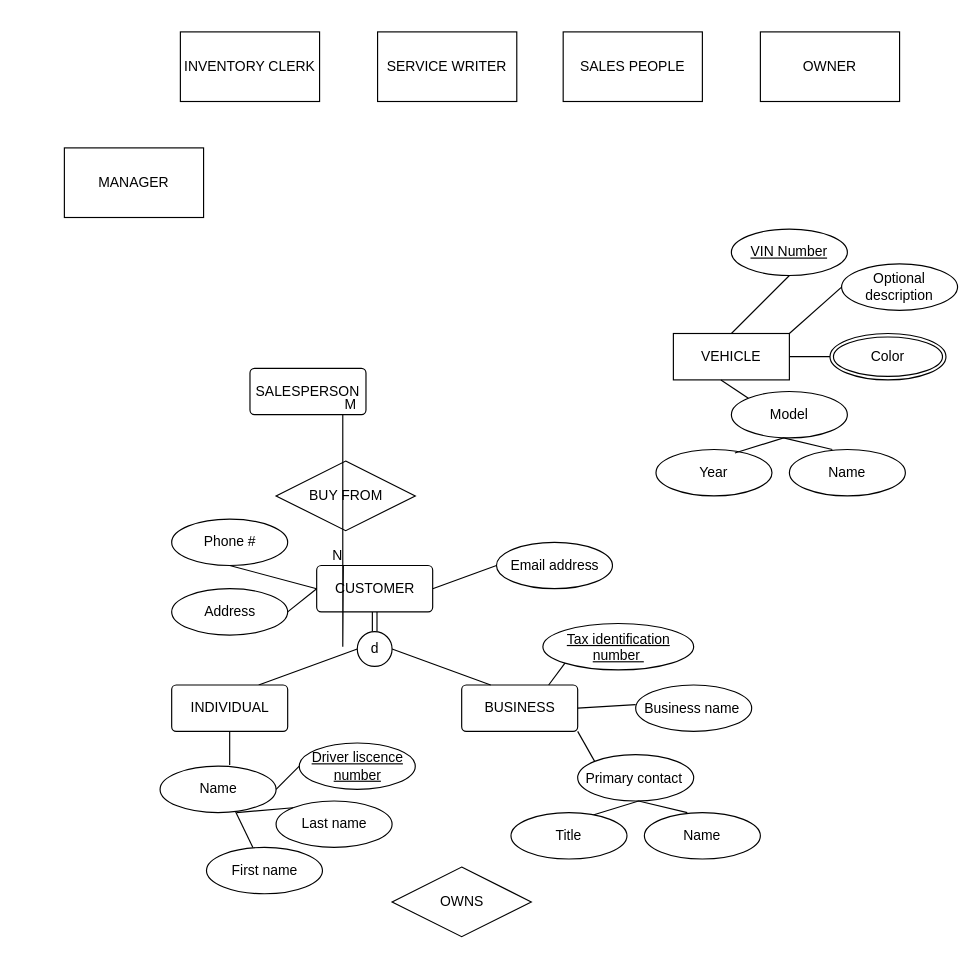
Before: page "EER" (1 of 2) of Untitled Diagram.drawio in qwei37/QW, a draw.io diagram. Source tidied: cells renumbered, new cells numbered last; positions are measured from the earlier drawing's top-left corner, leaving out a move shared by most shapes. Both pictures are drawn from the tidied source at 116%, with x=0, y=0 at pixel (64, 31).
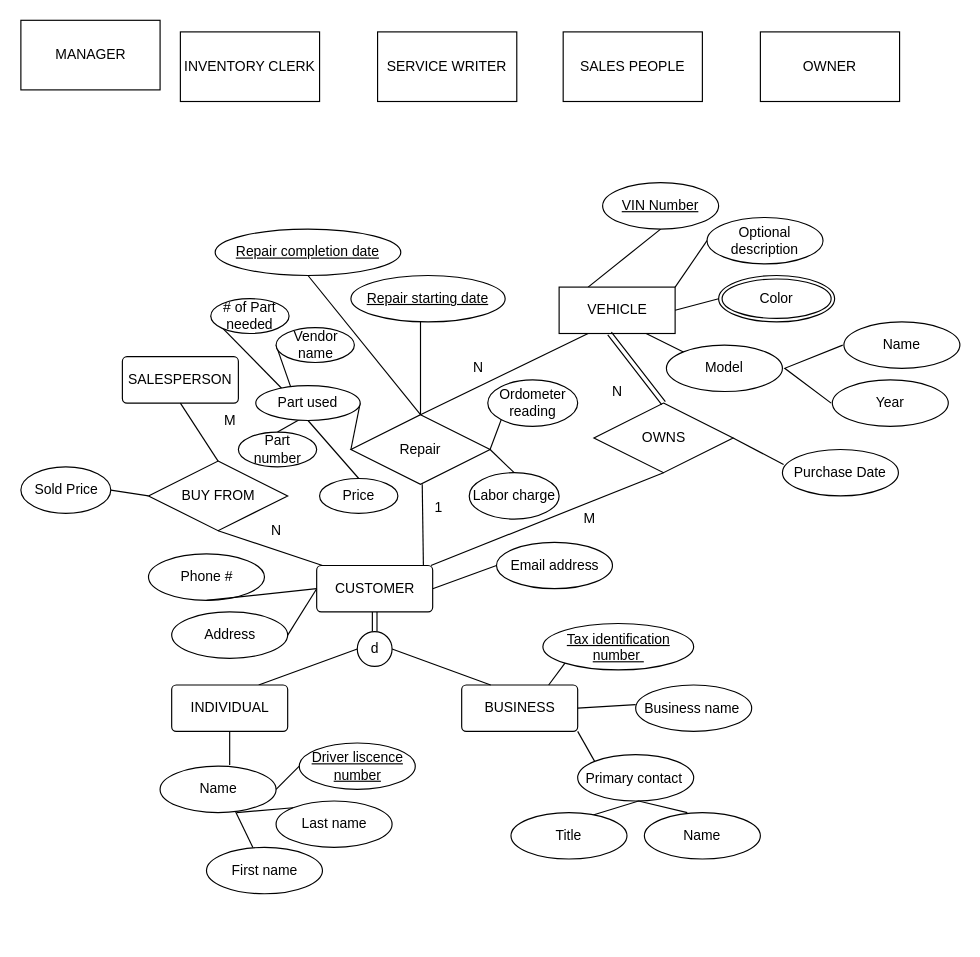
The same diagram, later.

The edit, as a diff of the source:
```diff
@@
     <mxCell id="5" value="MANAGER" style="rounded=0;whiteSpace=wrap;html=1;hachureGap=4;" parent="1" vertex="1">
-      <mxGeometry y="100" width="120" height="60" as="geometry" />
+      <mxGeometry x="-37.5" y="-10" width="120" height="60" as="geometry" />
     </mxCell>
@@
-    <mxCell id="7" style="endArrow=none;html=1;startSize=14;endSize=14;sourcePerimeterSpacing=8;targetPerimeterSpacing=8;" parent="1" edge="1">
-      <mxGeometry relative="1" as="geometry">
-        <mxPoint x="575" y="260" as="sourcePoint" />
-        <mxPoint x="625" y="210" as="targetPoint" />
-      </mxGeometry>
+    <mxCell id="7" style="endArrow=none;html=1;startSize=14;endSize=14;sourcePerimeterSpacing=8;targetPerimeterSpacing=8;exitX=0.25;exitY=0;exitDx=0;exitDy=0;entryX=0.5;entryY=1;entryDx=0;entryDy=0;" parent="1" edge="1" source="9" target="8">
+      <mxGeometry relative="1" as="geometry" />
     </mxCell>
     <mxCell id="8" value="VIN Number" style="ellipse;whiteSpace=wrap;html=1;align=center;fontStyle=4;hachureGap=4;" parent="1" vertex="1">
-      <mxGeometry x="575" y="170" width="100" height="40" as="geometry" />
+      <mxGeometry x="464" y="130" width="100" height="40" as="geometry" />
     </mxCell>
     <mxCell id="9" value="VEHICLE" style="whiteSpace=wrap;html=1;align=center;hachureGap=4;" parent="1" vertex="1">
-      <mxGeometry x="525" y="260" width="100" height="40" as="geometry" />
+      <mxGeometry x="426.5" y="220" width="100" height="40" as="geometry" />
     </mxCell>
     <mxCell id="10" value="Model" style="ellipse;whiteSpace=wrap;html=1;align=center;hachureGap=4;" parent="1" vertex="1">
-      <mxGeometry x="575" y="310" width="100" height="40" as="geometry" />
+      <mxGeometry x="519" y="270" width="100" height="40" as="geometry" />
     </mxCell>
     <mxCell id="11" value="Name" style="ellipse;whiteSpace=wrap;html=1;align=center;hachureGap=4;" parent="1" vertex="1">
-      <mxGeometry x="625" y="360" width="100" height="40" as="geometry" />
+      <mxGeometry x="672" y="250" width="100" height="40" as="geometry" />
     </mxCell>
     <mxCell id="12" value="Year" style="ellipse;whiteSpace=wrap;html=1;align=center;hachureGap=4;" parent="1" vertex="1">
-      <mxGeometry x="510" y="360" width="100" height="40" as="geometry" />
+      <mxGeometry x="662" y="300" width="100" height="40" as="geometry" />
     </mxCell>
-    <mxCell id="13" style="endArrow=none;html=1;rounded=0;startSize=14;endSize=14;sourcePerimeterSpacing=8;targetPerimeterSpacing=8;entryX=0.37;entryY=0;entryDx=0;entryDy=0;entryPerimeter=0;exitX=0.68;exitY=0.075;exitDx=0;exitDy=0;exitPerimeter=0;" parent="1" edge="1" source="12" target="11">
+    <mxCell id="13" style="endArrow=none;html=1;rounded=0;startSize=14;endSize=14;sourcePerimeterSpacing=8;targetPerimeterSpacing=8;entryX=0;entryY=0.5;entryDx=0;entryDy=0;exitX=0;exitY=0.5;exitDx=0;exitDy=0;" parent="1" edge="1">
       <mxGeometry relative="1" as="geometry">
+        <mxPoint x="661" y="320" as="sourcePoint" />
+        <mxPoint x="671" y="270" as="targetPoint" />
         <Array as="points">
-          <mxPoint x="620" y="350" />
+          <mxPoint x="621" y="290" />
         </Array>
       </mxGeometry>
     </mxCell>
-    <mxCell id="14" style="endArrow=none;html=1;rounded=0;startSize=14;endSize=14;sourcePerimeterSpacing=8;targetPerimeterSpacing=8;exitX=0.41;exitY=1;exitDx=0;exitDy=0;exitPerimeter=0;entryX=0;entryY=0;entryDx=0;entryDy=0;" parent="1" edge="1" source="9" target="10">
+    <mxCell id="14" style="endArrow=none;html=1;rounded=0;startSize=14;endSize=14;sourcePerimeterSpacing=8;targetPerimeterSpacing=8;exitX=0.75;exitY=1;exitDx=0;exitDy=0;entryX=0;entryY=0;entryDx=0;entryDy=0;" parent="1" edge="1" source="9" target="10">
       <mxGeometry relative="1" as="geometry" />
     </mxCell>
     <mxCell id="15" value="Color" style="ellipse;shape=doubleEllipse;margin=3;whiteSpace=wrap;html=1;align=center;hachureGap=4;" parent="1" vertex="1">
-      <mxGeometry x="660" y="260" width="100" height="40" as="geometry" />
+      <mxGeometry x="564" y="210" width="100" height="40" as="geometry" />
     </mxCell>
@@
     <mxCell id="17" value="Optional description" style="ellipse;whiteSpace=wrap;html=1;align=center;hachureGap=4;" parent="1" vertex="1">
-      <mxGeometry x="670" y="200" width="100" height="40" as="geometry" />
+      <mxGeometry x="554" y="160" width="100" height="40" as="geometry" />
     </mxCell>
@@
     <mxCell id="24" value="Address" style="ellipse;whiteSpace=wrap;html=1;align=center;hachureGap=4;" parent="1" vertex="1">
-      <mxGeometry x="92.5" y="480" width="100" height="40" as="geometry" />
+      <mxGeometry x="92.5" y="500" width="100" height="40" as="geometry" />
     </mxCell>
@@
     <mxCell id="26" value="Phone #" style="ellipse;whiteSpace=wrap;html=1;align=center;hachureGap=4;" parent="1" vertex="1">
-      <mxGeometry x="92.5" y="420" width="100" height="40" as="geometry" />
+      <mxGeometry x="72.5" y="450" width="100" height="40" as="geometry" />
     </mxCell>
@@
     <mxCell id="49" value="SALESPERSON" style="rounded=1;arcSize=10;whiteSpace=wrap;html=1;align=center;hachureGap=4;" parent="1" vertex="1">
-      <mxGeometry x="160" y="290" width="100" height="40" as="geometry" />
+      <mxGeometry x="50" y="280" width="100" height="40" as="geometry" />
     </mxCell>
+    <mxCell id="55" style="edgeStyle=none;rounded=0;jettySize=auto;html=1;endArrow=none;endFill=0;sourcePerimeterSpacing=8;targetPerimeterSpacing=8;entryX=1;entryY=0.5;entryDx=0;entryDy=0;exitX=0;exitY=0.5;exitDx=0;exitDy=0;" parent="1" edge="1" source="50" target="66">
+      <mxGeometry relative="1" as="geometry" />
+    </mxCell>
     <mxCell id="50" value="BUY FROM" style="shape=rhombus;perimeter=rhombusPerimeter;whiteSpace=wrap;html=1;align=center;hachureGap=4;" parent="1" vertex="1">
-      <mxGeometry x="182.5" y="370" width="120" height="60" as="geometry" />
+      <mxGeometry x="72.5" y="370" width="120" height="60" as="geometry" />
     </mxCell>
+    <mxCell id="56" style="endArrow=none;html=1;rounded=0;startSize=14;endSize=14;sourcePerimeterSpacing=8;targetPerimeterSpacing=8;entryX=0.5;entryY=0;entryDx=0;entryDy=0;exitX=0.5;exitY=1;exitDx=0;exitDy=0;" parent="1" edge="1" source="49" target="50">
+      <mxGeometry relative="1" as="geometry" />
+    </mxCell>
+    <mxCell id="57" style="endArrow=none;html=1;rounded=0;startSize=14;endSize=14;sourcePerimeterSpacing=8;targetPerimeterSpacing=8;exitX=0.5;exitY=1;exitDx=0;exitDy=0;" parent="1" edge="1" source="50">
+      <mxGeometry relative="1" as="geometry">
+        <mxPoint x="222.5" y="460" as="targetPoint" />
+      </mxGeometry>
+    </mxCell>
+    <mxCell id="58" style="edgeStyle=none;rounded=0;jettySize=auto;html=1;exitX=1;exitY=0.5;exitDx=0;exitDy=0;endArrow=none;endFill=0;sourcePerimeterSpacing=8;targetPerimeterSpacing=8;entryX=0.01;entryY=0.325;entryDx=0;entryDy=0;entryPerimeter=0;" parent="1" edge="1" source="51" target="63">
+      <mxGeometry relative="1" as="geometry" />
+    </mxCell>
     <mxCell id="51" value="OWNS" style="shape=rhombus;perimeter=rhombusPerimeter;whiteSpace=wrap;html=1;align=center;hachureGap=4;" parent="1" vertex="1">
-      <mxGeometry x="282.5" y="720" width="120" height="60" as="geometry" />
+      <mxGeometry x="456.5" y="320" width="120" height="60" as="geometry" />
     </mxCell>
-    <mxCell id="52" style="endArrow=none;html=1;rounded=0;startSize=14;endSize=14;sourcePerimeterSpacing=8;targetPerimeterSpacing=8;" parent="1" edge="1">
-      <mxGeometry relative="1" as="geometry">
-        <mxPoint x="240" y="330" as="sourcePoint" />
-        <mxPoint x="240.5" y="460" as="targetPoint" />
-        <Array as="points">
-          <mxPoint x="240" y="530" />
-        </Array>
-      </mxGeometry>
-    </mxCell>
-    <mxCell id="53" value="M" style="html=1;align=left;verticalAlign=bottom;" parent="52" vertex="1">
-      <mxGeometry x="-1" relative="1" as="geometry" />
-    </mxCell>
-    <mxCell id="54" value="N" style="html=1;align=right;verticalAlign=bottom;" parent="52" vertex="1">
-      <mxGeometry x="1" relative="1" as="geometry" />
-    </mxCell>
+    <mxCell id="59" value="N" style="text;html=1;strokeColor=none;fillColor=none;align=center;verticalAlign=middle;whiteSpace=wrap;rounded=0;hachureGap=4;" parent="1" vertex="1">
+      <mxGeometry x="162.5" y="420" width="40" height="20" as="geometry" />
+    </mxCell>
+    <mxCell id="60" value="M" style="text;html=1;strokeColor=none;fillColor=none;align=center;verticalAlign=middle;whiteSpace=wrap;rounded=0;hachureGap=4;" parent="1" vertex="1">
+      <mxGeometry x="122.5" y="325" width="40" height="20" as="geometry" />
+    </mxCell>
+    <mxCell id="61" style="endArrow=none;html=1;rounded=0;startSize=14;endSize=14;sourcePerimeterSpacing=8;targetPerimeterSpacing=8;entryX=0.5;entryY=1;entryDx=0;entryDy=0;" parent="1" edge="1" target="51">
+      <mxGeometry relative="1" as="geometry">
+        <mxPoint x="316" y="460" as="sourcePoint" />
+      </mxGeometry>
+    </mxCell>
+    <mxCell id="62" style="endArrow=none;html=1;rounded=0;sourcePerimeterSpacing=8;targetPerimeterSpacing=8;exitX=0.5;exitY=0;exitDx=0;exitDy=0;shape=link;" parent="1" edge="1" source="51">
+      <mxGeometry relative="1" as="geometry">
+        <mxPoint x="470" y="260" as="targetPoint" />
+      </mxGeometry>
+    </mxCell>
+    <mxCell id="63" value="Purchase Date" style="ellipse;whiteSpace=wrap;html=1;align=center;hachureGap=4;" parent="1" vertex="1">
+      <mxGeometry x="619" y="360" width="100" height="40" as="geometry" />
+    </mxCell>
+    <mxCell id="64" value="N" style="text;html=1;strokeColor=none;fillColor=none;align=center;verticalAlign=middle;whiteSpace=wrap;rounded=0;hachureGap=4;" parent="1" vertex="1">
+      <mxGeometry x="456.5" y="300" width="40" height="20" as="geometry" />
+    </mxCell>
+    <mxCell id="65" value="M" style="text;html=1;strokeColor=none;fillColor=none;align=center;verticalAlign=middle;whiteSpace=wrap;rounded=0;hachureGap=4;" parent="1" vertex="1">
+      <mxGeometry x="432.5" y="410" width="40" height="20" as="geometry" />
+    </mxCell>
+    <mxCell id="66" value="Sold Price" style="ellipse;whiteSpace=wrap;html=1;hachureGap=4;" parent="1" vertex="1">
+      <mxGeometry x="-37.5" y="375" width="77.5" height="40" as="geometry" />
+    </mxCell>
+    <mxCell id="67" style="edgeStyle=none;rounded=0;orthogonalLoop=1;jettySize=auto;html=1;endArrow=none;endFill=0;sourcePerimeterSpacing=8;targetPerimeterSpacing=8;" parent="1" edge="1">
+      <mxGeometry relative="1" as="geometry">
+        <mxPoint x="307" y="330" as="sourcePoint" />
+        <mxPoint x="307" y="250" as="targetPoint" />
+      </mxGeometry>
+    </mxCell>
+    <mxCell id="68" style="edgeStyle=none;rounded=0;jettySize=auto;html=1;entryX=0;entryY=0.5;entryDx=0;entryDy=0;endArrow=none;endFill=0;sourcePerimeterSpacing=8;targetPerimeterSpacing=8;" parent="1" edge="1" target="81">
+      <mxGeometry relative="1" as="geometry">
+        <mxPoint x="190" y="310" as="sourcePoint" />
+      </mxGeometry>
+    </mxCell>
+    <mxCell id="69" value="Repair" style="shape=rhombus;perimeter=rhombusPerimeter;whiteSpace=wrap;html=1;align=center;hachureGap=4;" parent="1" vertex="1">
+      <mxGeometry x="247" y="330" width="120" height="60" as="geometry" />
+    </mxCell>
+    <mxCell id="70" value="N" style="text;html=1;strokeColor=none;fillColor=none;align=center;verticalAlign=middle;whiteSpace=wrap;rounded=0;hachureGap=4;" parent="1" vertex="1">
+      <mxGeometry x="336.5" y="280" width="40" height="20" as="geometry" />
+    </mxCell>
+    <mxCell id="71" style="endArrow=none;html=1;rounded=0;startSize=14;endSize=14;sourcePerimeterSpacing=8;targetPerimeterSpacing=8;entryX=0.5;entryY=1;entryDx=0;entryDy=0;exitX=1;exitY=0;exitDx=0;exitDy=0;" parent="1" edge="1">
+      <mxGeometry relative="1" as="geometry">
+        <mxPoint x="309.5" y="460" as="sourcePoint" />
+        <mxPoint x="308.5" y="390" as="targetPoint" />
+      </mxGeometry>
+    </mxCell>
+    <mxCell id="72" value="1" style="text;html=1;strokeColor=none;fillColor=none;align=center;verticalAlign=middle;whiteSpace=wrap;rounded=0;hachureGap=4;" parent="1" vertex="1">
+      <mxGeometry x="302.5" y="400" width="40" height="20" as="geometry" />
+    </mxCell>
+    <mxCell id="73" style="endArrow=none;html=1;rounded=0;startSize=14;endSize=14;sourcePerimeterSpacing=8;targetPerimeterSpacing=8;entryX=0.25;entryY=1;entryDx=0;entryDy=0;exitX=0.5;exitY=0;exitDx=0;exitDy=0;" parent="1" edge="1" source="69" target="9">
+      <mxGeometry relative="1" as="geometry" />
+    </mxCell>
+    <mxCell id="74" value="Repair starting date" style="ellipse;whiteSpace=wrap;html=1;align=center;fontStyle=4;hachureGap=4;" parent="1" vertex="1">
+      <mxGeometry x="247" y="210" width="133" height="40" as="geometry" />
+    </mxCell>
+    <mxCell id="75" style="edgeStyle=none;rounded=0;jettySize=auto;html=1;endArrow=none;endFill=0;sourcePerimeterSpacing=8;targetPerimeterSpacing=8;entryX=0.5;entryY=1;entryDx=0;entryDy=0;exitX=0.5;exitY=0;exitDx=0;exitDy=0;" parent="1" edge="1" source="69" target="76">
+      <mxGeometry relative="1" as="geometry" />
+    </mxCell>
+    <mxCell id="76" value="Repair completion date" style="ellipse;whiteSpace=wrap;html=1;align=center;fontStyle=4;hachureGap=4;" parent="1" vertex="1">
+      <mxGeometry x="130" y="170" width="160" height="40" as="geometry" />
+    </mxCell>
+    <mxCell id="77" value="Ordometer reading" style="ellipse;whiteSpace=wrap;html=1;hachureGap=4;" parent="1" vertex="1">
+      <mxGeometry x="365" y="300" width="77.5" height="40" as="geometry" />
+    </mxCell>
+    <mxCell id="78" style="edgeStyle=none;rounded=0;jettySize=auto;html=1;endArrow=none;endFill=0;sourcePerimeterSpacing=8;targetPerimeterSpacing=8;entryX=0;entryY=1;entryDx=0;entryDy=0;exitX=1;exitY=0.5;exitDx=0;exitDy=0;" parent="1" edge="1" source="69" target="77">
+      <mxGeometry relative="1" as="geometry" />
+    </mxCell>
+    <mxCell id="79" style="edgeStyle=none;rounded=0;jettySize=auto;html=1;endArrow=none;endFill=0;sourcePerimeterSpacing=8;targetPerimeterSpacing=8;entryX=0.5;entryY=0;entryDx=0;entryDy=0;exitX=1;exitY=0.5;exitDx=0;exitDy=0;" parent="1" edge="1" source="69" target="80">
+      <mxGeometry relative="1" as="geometry" />
+    </mxCell>
+    <mxCell id="80" value="Labor charge" style="ellipse;whiteSpace=wrap;html=1;hachureGap=4;" parent="1" vertex="1">
+      <mxGeometry x="349" y="380" width="77.5" height="40" as="geometry" />
+    </mxCell>
+    <mxCell id="81" value="# of Part needed" style="ellipse;whiteSpace=wrap;html=1;hachureGap=4;" parent="1" vertex="1">
+      <mxGeometry x="126.2" y="230" width="67.5" height="30" as="geometry" />
+    </mxCell>
+    <mxCell id="82" style="edgeStyle=none;rounded=0;jettySize=auto;html=1;entryX=0;entryY=0.5;entryDx=0;entryDy=0;endArrow=none;endFill=0;sourcePerimeterSpacing=8;targetPerimeterSpacing=8;" parent="1" edge="1" target="83">
+      <mxGeometry relative="1" as="geometry">
+        <mxPoint x="200" y="320" as="sourcePoint" />
+      </mxGeometry>
+    </mxCell>
+    <mxCell id="83" value="Vendor name" style="ellipse;whiteSpace=wrap;html=1;hachureGap=4;" parent="1" vertex="1">
+      <mxGeometry x="182.5" y="255" width="67.5" height="30" as="geometry" />
+    </mxCell>
+    <mxCell id="84" value="Part number" style="ellipse;whiteSpace=wrap;html=1;hachureGap=4;" parent="1" vertex="1">
+      <mxGeometry x="150" y="345" width="67.5" height="30" as="geometry" />
+    </mxCell>
+    <mxCell id="85" style="edgeStyle=none;rounded=0;jettySize=auto;html=1;entryX=0.5;entryY=0;entryDx=0;entryDy=0;endArrow=none;endFill=0;sourcePerimeterSpacing=8;targetPerimeterSpacing=8;" parent="1" edge="1" target="84">
+      <mxGeometry relative="1" as="geometry">
+        <mxPoint x="210" y="330" as="sourcePoint" />
+      </mxGeometry>
+    </mxCell>
+    <mxCell id="86" style="edgeStyle=none;rounded=0;jettySize=auto;html=1;exitX=1;exitY=0.5;exitDx=0;exitDy=0;entryX=0;entryY=0.5;entryDx=0;entryDy=0;endArrow=none;endFill=0;sourcePerimeterSpacing=8;targetPerimeterSpacing=8;" parent="1" edge="1" source="87" target="69">
+      <mxGeometry relative="1" as="geometry" />
+    </mxCell>
+    <mxCell id="87" value="Part used" style="ellipse;whiteSpace=wrap;html=1;hachureGap=4;" parent="1" vertex="1">
+      <mxGeometry x="165" y="305" width="90" height="30" as="geometry" />
+    </mxCell>
+    <mxCell id="88" style="edgeStyle=none;rounded=0;jettySize=auto;html=1;exitX=0.5;exitY=0;exitDx=0;exitDy=0;entryX=0.5;entryY=1;entryDx=0;entryDy=0;endArrow=none;endFill=0;sourcePerimeterSpacing=8;targetPerimeterSpacing=8;" parent="1" edge="1" source="89" target="87">
+      <mxGeometry relative="1" as="geometry" />
+    </mxCell>
+    <mxCell id="89" value="Price" style="ellipse;whiteSpace=wrap;html=1;hachureGap=4;" parent="1" vertex="1">
+      <mxGeometry x="220" y="385" width="67.5" height="30" as="geometry" />
+    </mxCell>
```
